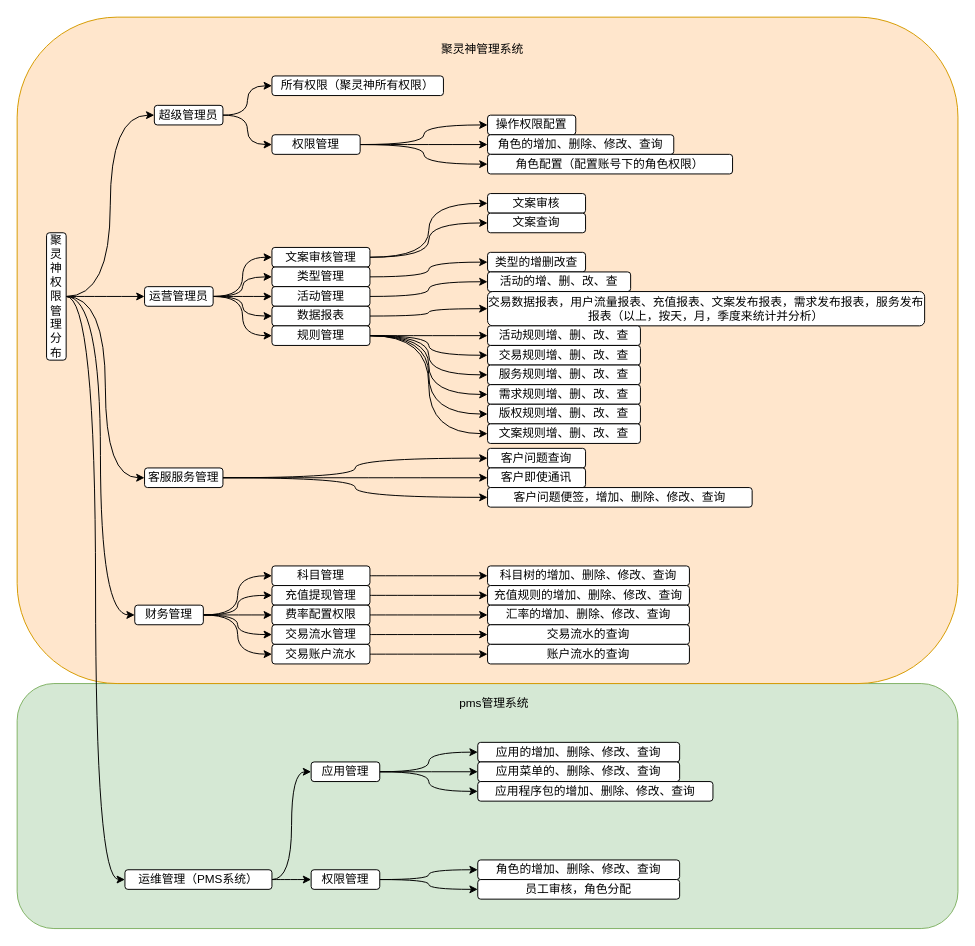
Above: Untitled Diagram.drawio in Raox1ngj1ng/mydraw (draw.io), before the change. Source tidied: cells renumbered, new cells numbered last; positions are measured from the earlier drawing's top-left corner, leaving out a move shared by most shapes. Both pictures are drawn from the tidied source at 98%, with x=0, y=0 at pixel (17, 17).
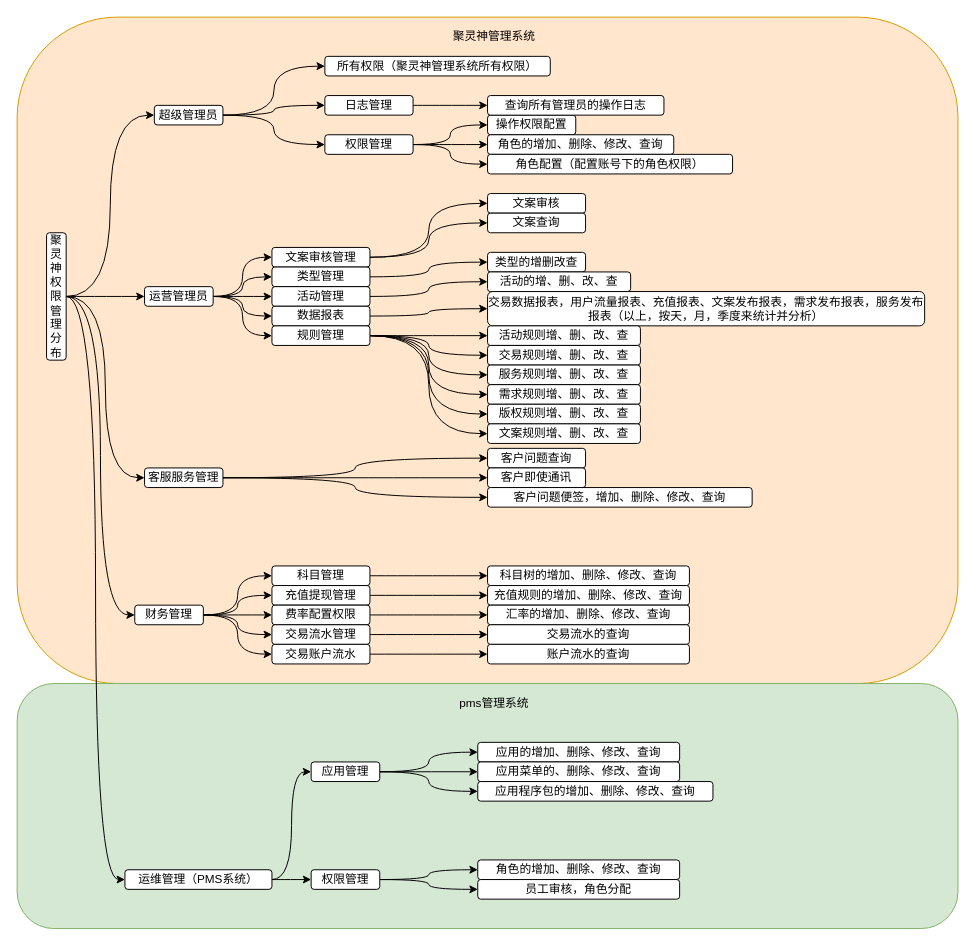
Above is the later version.

The change refers to these unchanged cells:
```xml
<mxCell id="12" value="超级管理员" style="rounded=1;whiteSpace=wrap;html=1;" parent="1" vertex="1">
  <mxGeometry x="140" y="90" width="70" height="20" as="geometry" />
</mxCell>
```

What changed in the source:
```diff
@@
+    <mxCell id="3" style="rounded=1;whiteSpace=wrap;html=1;fillColor=#ffe6cc;strokeColor=#d79b00;" parent="1" vertex="1">
+      <mxGeometry width="960" height="680" as="geometry" />
+    </mxCell>
@@
-    <mxCell id="3" style="rounded=1;whiteSpace=wrap;html=1;fillColor=#ffe6cc;strokeColor=#d79b00;" parent="1" vertex="1">
-      <mxGeometry width="960" height="680" as="geometry" />
-    </mxCell>
@@
+    <mxCell id="99" style="edgeStyle=orthogonalEdgeStyle;curved=1;rounded=0;jettySize=auto;html=1;exitX=1;exitY=0.5;exitDx=0;exitDy=0;" parent="1" edge="1" source="12" target="101">
+      <mxGeometry relative="1" as="geometry" />
+    </mxCell>
@@
-    <mxCell id="25" value="所有权限（聚灵神所有权限）" style="rounded=1;whiteSpace=wrap;html=1;" parent="1" vertex="1">
-      <mxGeometry x="260" y="60" width="175" height="20" as="geometry" />
+    <mxCell id="25" value="所有权限（聚灵神管理系统所有权限）" style="rounded=1;whiteSpace=wrap;html=1;" parent="1" vertex="1">
+      <mxGeometry x="314" y="40" width="230" height="20" as="geometry" />
     </mxCell>
@@
     <mxCell id="86" value="权限管理" style="rounded=1;whiteSpace=wrap;html=1;" parent="1" vertex="1">
-      <mxGeometry x="260" y="120" width="90" height="20" as="geometry" />
+      <mxGeometry x="314" y="120" width="90" height="20" as="geometry" />
     </mxCell>
@@
     <mxCell id="91" value="聚灵神管理系统" style="text;html=1;strokeColor=none;fillColor=none;align=center;verticalAlign=middle;whiteSpace=wrap;rounded=0;" parent="1" vertex="1">
-      <mxGeometry x="392" y="12.5" width="166" height="40" as="geometry" />
+      <mxGeometry x="404" width="166" height="40" as="geometry" />
     </mxCell>
@@
+    <mxCell id="100" style="edgeStyle=orthogonalEdgeStyle;curved=1;rounded=0;jettySize=auto;html=1;exitX=1;exitY=0.5;exitDx=0;exitDy=0;" parent="1" edge="1" source="101" target="102">
+      <mxGeometry relative="1" as="geometry" />
+    </mxCell>
+    <mxCell id="101" value="日志管理" style="rounded=1;whiteSpace=wrap;html=1;" parent="1" vertex="1">
+      <mxGeometry x="314" y="80" width="90" height="20" as="geometry" />
+    </mxCell>
+    <mxCell id="102" value="查询所有管理员的操作日志" style="rounded=1;whiteSpace=wrap;html=1;" parent="1" vertex="1">
+      <mxGeometry x="480" y="80" width="180" height="20" as="geometry" />
+    </mxCell>
```
